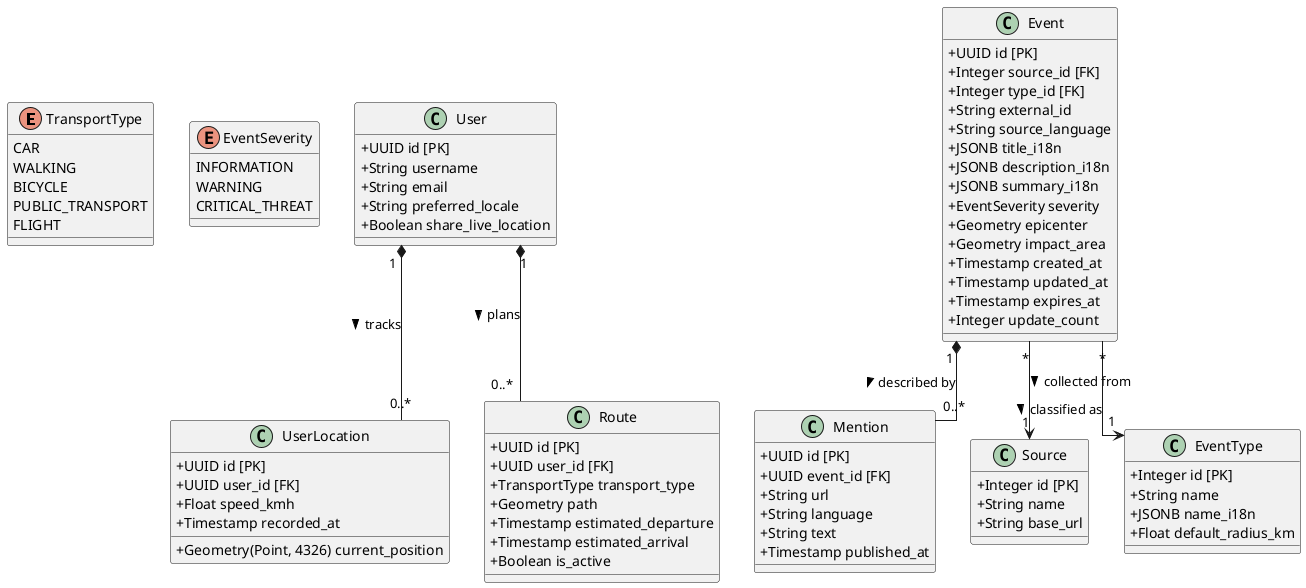
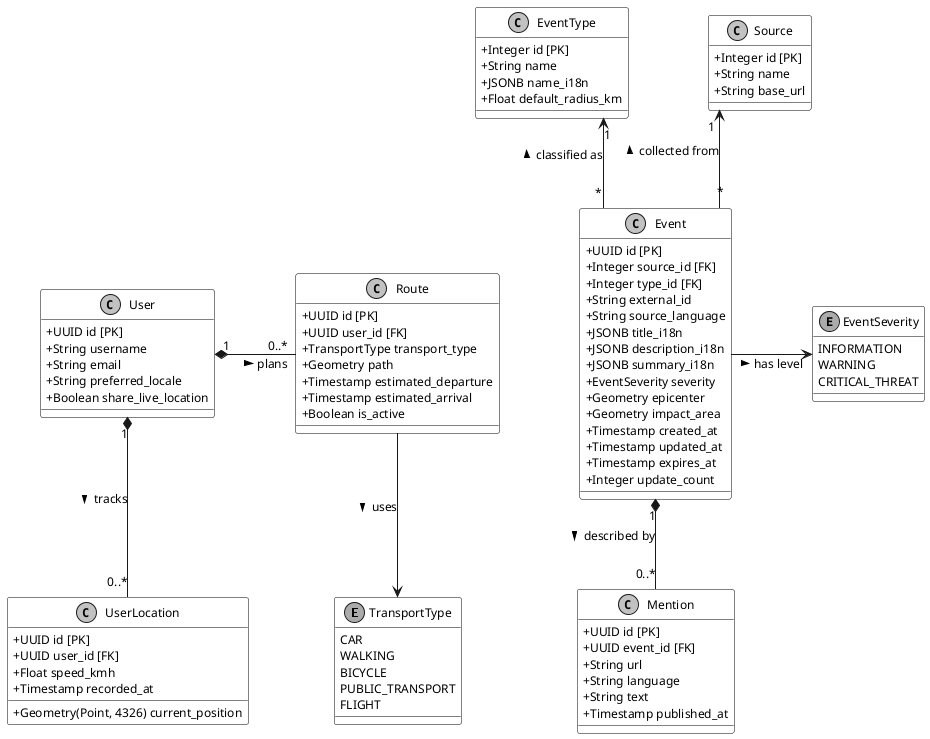
@startuml class_diagramm
skinparam classAttributeIconSize 0
skinparam linetype ortho
+ skinparam monochrome true
+ skinparam shadowing false
+ skinparam defaultFontName "Verdana"
+ skinparam defaultFontSize 12
+ 
+ ' Увеличиваем отступы между элементами по горизонтали и вертикали
+ skinparam nodesep 80
+ skinparam ranksep 90
+ 
+ ' Принудительный белый фон для всех элементов
+ skinparam ClassBackgroundColor white
+ skinparam EnumBackgroundColor white
+ skinparam ClassBorderColor black
+ skinparam EnumBorderColor black

enum "TransportType" as TransportType {
  CAR
  WALKING
  BICYCLE
  PUBLIC_TRANSPORT
  FLIGHT
}

enum "EventSeverity" as EventSeverity {
  INFORMATION
  WARNING
  CRITICAL_THREAT
}

class "User" as User {
  + UUID id [PK]
  + String username
  + String email
  + String preferred_locale
  + Boolean share_live_location
}

class "UserLocation" as UserLocation {
  + UUID id [PK]
  + UUID user_id [FK]
  + Geometry(Point, 4326) current_position
  + Float speed_kmh
  + Timestamp recorded_at
}

class "Route" as Route {
  + UUID id [PK]
  + UUID user_id [FK]
  + TransportType transport_type
  + Geometry path
  + Timestamp estimated_departure
  + Timestamp estimated_arrival
  + Boolean is_active
}

class "Event" as Event {
  + UUID id [PK]
  + Integer source_id [FK]
  + Integer type_id [FK]
  + String external_id
  + String source_language
  + JSONB title_i18n
  + JSONB description_i18n
  + JSONB summary_i18n
  + EventSeverity severity
  + Geometry epicenter
  + Geometry impact_area
  + Timestamp created_at
  + Timestamp updated_at
  + Timestamp expires_at
  + Integer update_count
}

class "Mention" as Mention {
  + UUID id [PK]
  + UUID event_id [FK]
  + String url
  + String language
  + String text
  + Timestamp published_at
}

class "Source" as Source {
  + Integer id [PK]
  + String name
  + String base_url
}

class "EventType" as EventType {
  + Integer id [PK]
  + String name
  + JSONB name_i18n
  + Float default_radius_km
}

- User "1" *-- "0..*" Route : plans >
- User "1" *-- "0..*" UserLocation : tracks >
- Event "*" --> "1" Source : collected from >
- Event "*" --> "1" EventType : classified as >
- Event "1" *-- "0..*" Mention : described by >
+ ' Явное указание направлений для расширения диаграммы по горизонтали
+ User "1" *-right- "0..*" Route : plans >
+ User "1" *-down- "0..*" UserLocation : tracks >
+ Route -down-> TransportType : uses >
+ 
+ Event "*" -up-> "1" Source : collected from >
+ Event "*" -up-> "1" EventType : classified as >
+ Event "1" *-down- "0..*" Mention : described by >
+ Event -right-> EventSeverity : has level >
+ 
+ ' Невидимая связь для разнесения пользовательского домена и домена событий в ширину
+ Route -[hidden]right- Event

@enduml